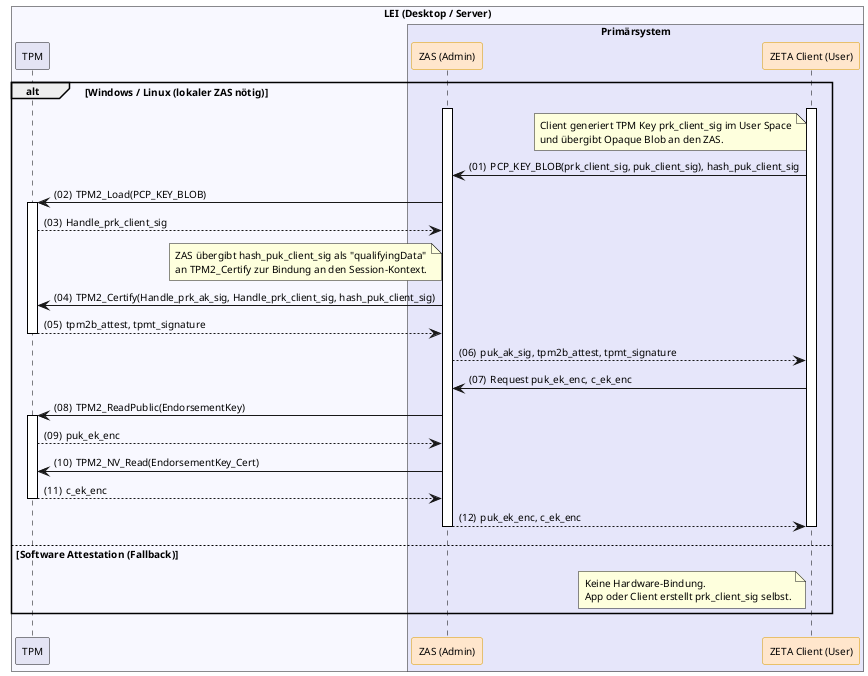
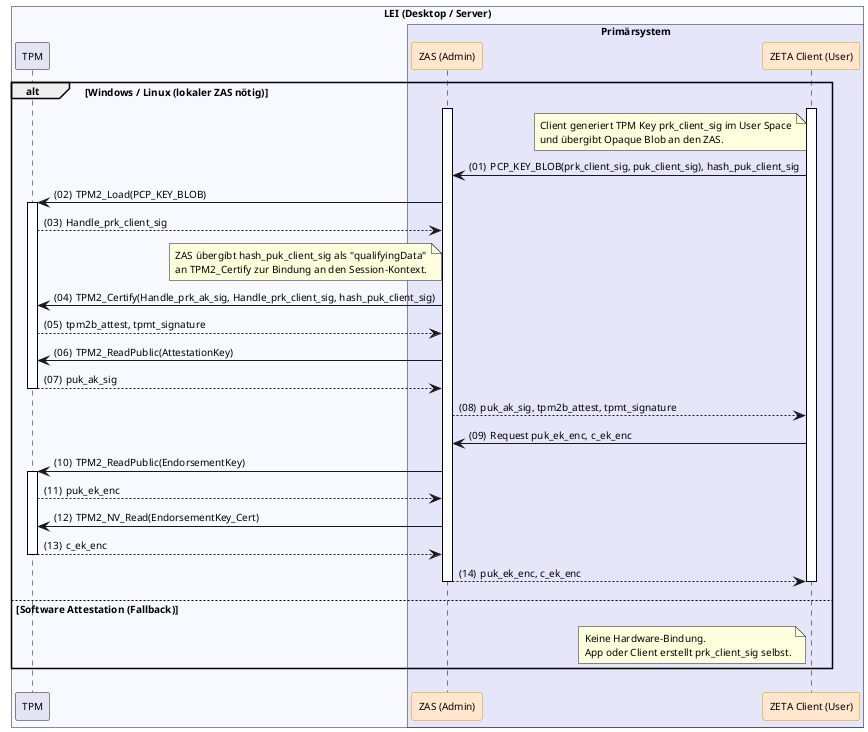
@startuml "key-preparation"
autonumber "(00)"
skinparam defaultFontSize 10
skinparam defaultFontName Helvetica
skinparam DefaultMonospacedFontName Courier
skinparam lengthAdjust none
skinparam sequenceReferenceBackgroundColor White
skinparam SequenceReferenceFontSize 12
skinparam sequenceMessageAlign left
hide stereotype

' Box colors
!define LEI_COLOR #GhostWhite
!define LEI_COMPONENT_COLOR #E4E4F4
!define PRIMAERSYSTEM_COLOR #Lavender
!define MOBILE_COLOR #E6F7FF

' Participant colors
<style>
sequenceDiagram {
  participant {
    .zeta {
      BackgroundColor #FFE6CC
      LineColor #D79B00
    }
  }
  lifeline {
    BackgroundColor White
    LineColor Black
  }
}
</style>

!pragma teoz true

alt Windows / Linux (lokaler ZAS nötig)
    box "LEI (Desktop / Server)" LEI_COLOR
      participant "TPM" as TPM LEI_COMPONENT_COLOR
      box "Primärsystem" PRIMAERSYSTEM_COLOR
        participant ZAS as "ZAS (Admin)" <<zeta>>
        participant Client as "ZETA Client (User)" <<zeta>>
      end box
    end box

    Client++
    ZAS++

    note left of Client: Client generiert TPM Key prk_client_sig im User Space\nund übergibt Opaque Blob an den ZAS.
    Client -> ZAS: PCP_KEY_BLOB(prk_client_sig, puk_client_sig), hash_puk_client_sig

    ZAS -> TPM++: TPM2_Load(PCP_KEY_BLOB)
    TPM --> ZAS: Handle_prk_client_sig

    note left of ZAS: ZAS übergibt hash_puk_client_sig als "qualifyingData"\nan TPM2_Certify zur Bindung an den Session-Kontext.
    ZAS -> TPM: TPM2_Certify(Handle_prk_ak_sig, Handle_prk_client_sig, hash_puk_client_sig)
-     TPM --> ZAS--: tpm2b_attest, tpmt_signature
+     TPM --> ZAS: tpm2b_attest, tpmt_signature
+     ZAS -> TPM: TPM2_ReadPublic(AttestationKey)
+     TPM --> ZAS--: puk_ak_sig

    ZAS --> Client: puk_ak_sig, tpm2b_attest, tpmt_signature

    Client -> ZAS: Request puk_ek_enc, c_ek_enc
    ZAS -> TPM++: TPM2_ReadPublic(EndorsementKey)
    TPM --> ZAS: puk_ek_enc
    ZAS -> TPM: TPM2_NV_Read(EndorsementKey_Cert)
    TPM --> ZAS--: c_ek_enc
    ZAS --> Client--: puk_ek_enc, c_ek_enc
    Client--

else Software Attestation (Fallback)
    note left of Client: Keine Hardware-Bindung.\nApp oder Client erstellt prk_client_sig selbst.
end

@enduml